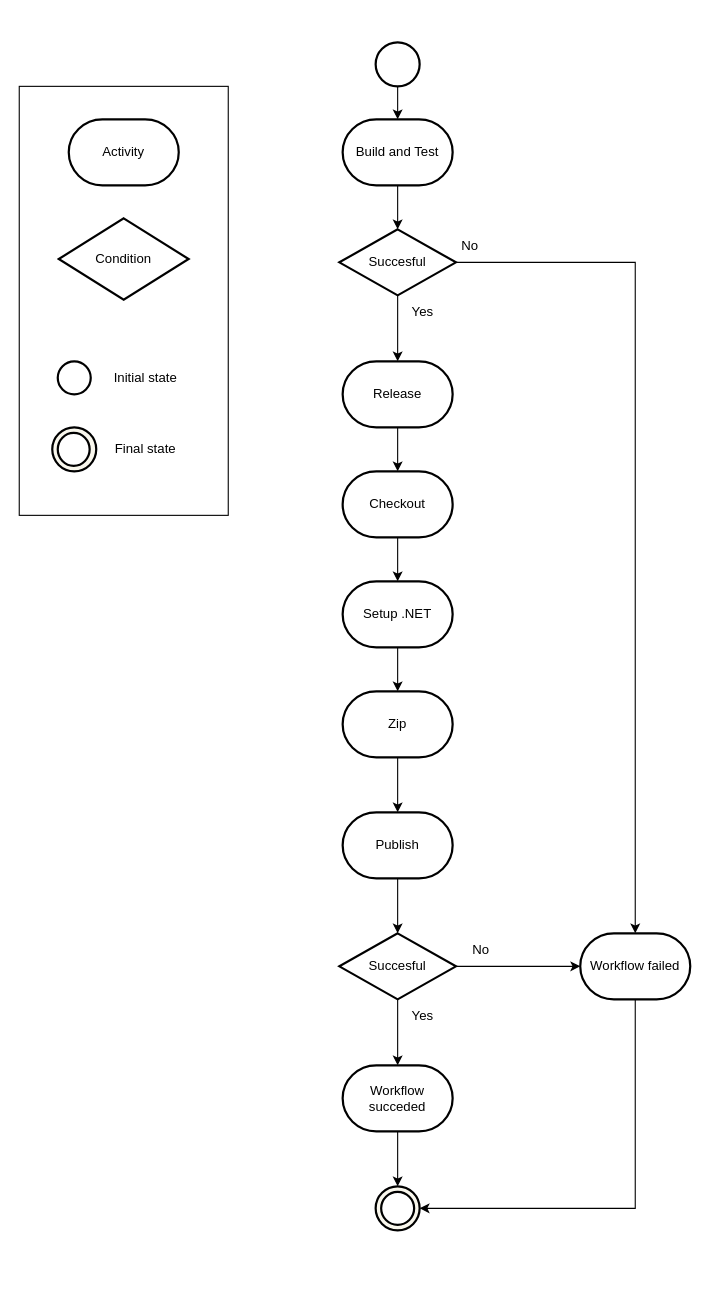
Before: docs/diagrams/Release.drawio in ITU-BDSA23-GROUP8/Chirp, a draw.io diagram. Source tidied: cells renumbered, new cells numbered last; positions are measured from the earlier drawing's top-left corner, leaving out a move shared by most shapes. Both pictures are drawn from the tidied source at 110%, with x=0, y=0 at pixel (19, 42).
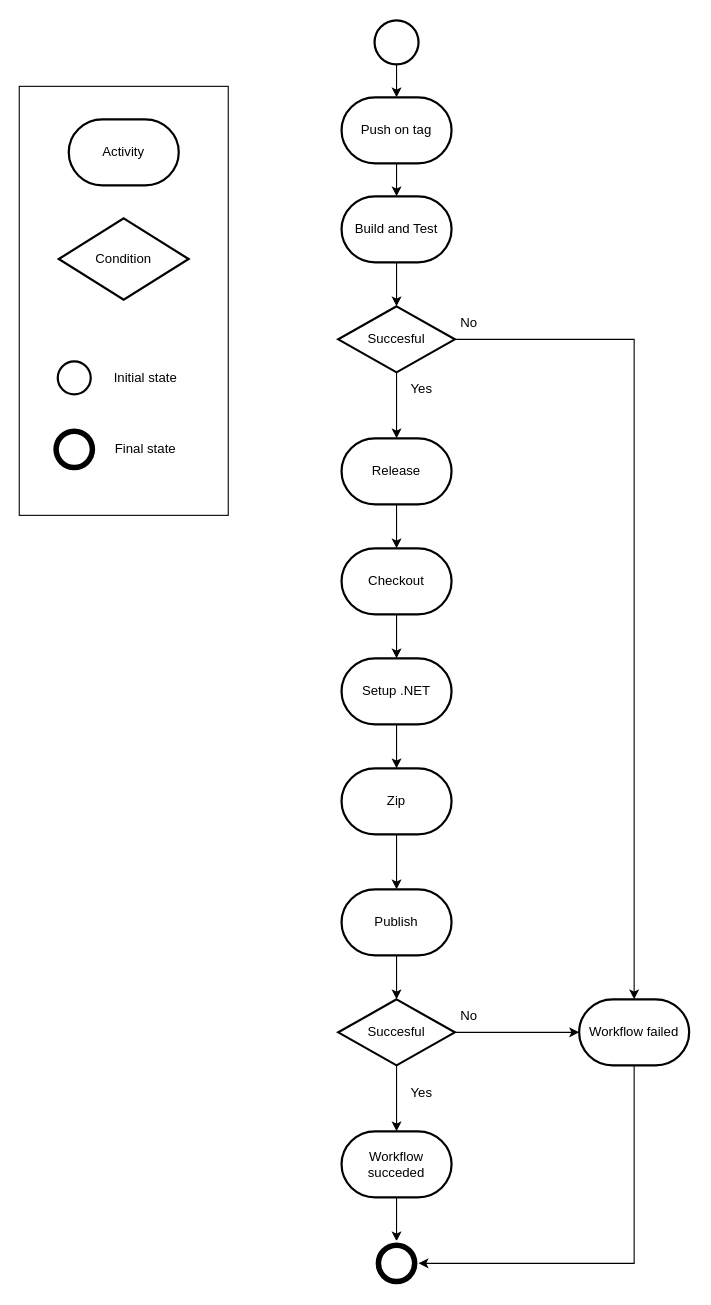
The same diagram, later.

Commit message (it also covers changes not shown here):
inserted another diagram and png

Change to the diagram source:
```diff
@@
     <mxCell id="2" value="Build and Test" style="strokeWidth=2;html=1;shape=mxgraph.flowchart.terminator;whiteSpace=wrap;" parent="1" vertex="1">
-      <mxGeometry x="294" y="70" width="100" height="60" as="geometry" />
+      <mxGeometry x="293" y="140" width="100" height="60" as="geometry" />
     </mxCell>
-    <mxCell id="3" style="edgeStyle=orthogonalEdgeStyle;rounded=0;jettySize=auto;html=1;entryX=0.5;entryY=0;entryDx=0;entryDy=0;entryPerimeter=0;" parent="1" edge="1" target="2">
-      <mxGeometry relative="1" as="geometry">
-        <mxPoint x="344" y="40" as="sourcePoint" />
-      </mxGeometry>
-    </mxCell>
@@
     <mxCell id="6" value="Succesful" style="strokeWidth=2;html=1;shape=mxgraph.flowchart.decision;whiteSpace=wrap;" parent="1" vertex="1">
-      <mxGeometry x="291" y="170" width="106" height="60" as="geometry" />
+      <mxGeometry x="290" y="240" width="106" height="60" as="geometry" />
     </mxCell>
@@
     <mxCell id="9" value="Release" style="strokeWidth=2;html=1;shape=mxgraph.flowchart.terminator;whiteSpace=wrap;" parent="1" vertex="1">
-      <mxGeometry x="294" y="290" width="100" height="60" as="geometry" />
+      <mxGeometry x="293" y="360" width="100" height="60" as="geometry" />
     </mxCell>
@@
     <mxCell id="11" value="Checkout" style="strokeWidth=2;html=1;shape=mxgraph.flowchart.terminator;whiteSpace=wrap;" parent="1" vertex="1">
-      <mxGeometry x="294" y="390" width="100" height="60" as="geometry" />
+      <mxGeometry x="293" y="460" width="100" height="60" as="geometry" />
     </mxCell>
@@
     <mxCell id="13" value="Setup .NET" style="strokeWidth=2;html=1;shape=mxgraph.flowchart.terminator;whiteSpace=wrap;" parent="1" vertex="1">
-      <mxGeometry x="294" y="490" width="100" height="60" as="geometry" />
+      <mxGeometry x="293" y="560" width="100" height="60" as="geometry" />
     </mxCell>
@@
     <mxCell id="15" value="Zip" style="strokeWidth=2;html=1;shape=mxgraph.flowchart.terminator;whiteSpace=wrap;" parent="1" vertex="1">
-      <mxGeometry x="294" y="590" width="100" height="60" as="geometry" />
+      <mxGeometry x="293" y="660" width="100" height="60" as="geometry" />
     </mxCell>
@@
     <mxCell id="17" value="Publish" style="strokeWidth=2;html=1;shape=mxgraph.flowchart.terminator;whiteSpace=wrap;" parent="1" vertex="1">
-      <mxGeometry x="294" y="700" width="100" height="60" as="geometry" />
+      <mxGeometry x="293" y="770" width="100" height="60" as="geometry" />
     </mxCell>
     <mxCell id="18" value="Workflow failed" style="strokeWidth=2;html=1;shape=mxgraph.flowchart.terminator;whiteSpace=wrap;" parent="1" vertex="1">
-      <mxGeometry x="510" y="810" width="100" height="60" as="geometry" />
+      <mxGeometry x="509" y="870" width="100" height="60" as="geometry" />
     </mxCell>
@@
     <mxCell id="20" value="Workflow succeded" style="strokeWidth=2;html=1;shape=mxgraph.flowchart.terminator;whiteSpace=wrap;" parent="1" vertex="1">
-      <mxGeometry x="294" y="930" width="100" height="60" as="geometry" />
+      <mxGeometry x="293" y="990" width="100" height="60" as="geometry" />
     </mxCell>
@@
     <mxCell id="23" value="Succesful" style="strokeWidth=2;html=1;shape=mxgraph.flowchart.decision;whiteSpace=wrap;" parent="1" vertex="1">
-      <mxGeometry x="291" y="810" width="106" height="60" as="geometry" />
+      <mxGeometry x="290" y="870" width="106" height="60" as="geometry" />
     </mxCell>
+    <mxCell id="40" style="edgeStyle=orthogonalEdgeStyle;rounded=0;jettySize=auto;html=1;" parent="1" edge="1" source="24" target="42">
+      <mxGeometry relative="1" as="geometry" />
+    </mxCell>
     <mxCell id="24" style="strokeWidth=2;html=1;shape=mxgraph.flowchart.start_2;whiteSpace=wrap;" parent="1" vertex="1">
-      <mxGeometry x="324" width="40" height="40" as="geometry" />
+      <mxGeometry x="323" y="-20" width="40" height="40" as="geometry" />
     </mxCell>
-    <mxCell id="25" style="strokeWidth=2;html=1;shape=mxgraph.flowchart.start_2;whiteSpace=wrap;fillColor=#f9f7ed;strokeColor=#000000;" parent="1" vertex="1">
-      <mxGeometry x="324" y="1040" width="40" height="40" as="geometry" />
+    <mxCell id="25" style="strokeWidth=2;html=1;shape=mxgraph.flowchart.start_2;whiteSpace=wrap;fillColor=#000000;strokeColor=#FFFFFF;" parent="1" vertex="1">
+      <mxGeometry x="323" y="1090" width="40" height="40" as="geometry" />
     </mxCell>
     <mxCell id="26" style="strokeWidth=2;html=1;shape=mxgraph.flowchart.start_2;whiteSpace=wrap;" parent="1" vertex="1">
-      <mxGeometry x="329" y="1045" width="30" height="30" as="geometry" />
+      <mxGeometry x="328" y="1095" width="30" height="30" as="geometry" />
     </mxCell>
@@
     <mxCell id="28" value="Yes" style="text;html=1;strokeColor=none;fillColor=none;align=center;verticalAlign=middle;whiteSpace=wrap;rounded=0;" parent="1" vertex="1">
-      <mxGeometry x="337" y="230" width="60" height="30" as="geometry" />
+      <mxGeometry x="336" y="300" width="60" height="30" as="geometry" />
     </mxCell>
     <mxCell id="29" value="Yes" style="text;html=1;strokeColor=none;fillColor=none;align=center;verticalAlign=middle;whiteSpace=wrap;rounded=0;" parent="1" vertex="1">
-      <mxGeometry x="337" y="870" width="60" height="30" as="geometry" />
+      <mxGeometry x="336" y="940" width="60" height="30" as="geometry" />
     </mxCell>
     <mxCell id="30" value="No" style="text;html=1;strokeColor=none;fillColor=none;align=center;verticalAlign=middle;whiteSpace=wrap;rounded=0;" parent="1" vertex="1">
-      <mxGeometry x="380" y="170" width="60" height="30" as="geometry" />
+      <mxGeometry x="379" y="240" width="60" height="30" as="geometry" />
     </mxCell>
     <mxCell id="31" value="No" style="text;html=1;strokeColor=none;fillColor=none;align=center;verticalAlign=middle;whiteSpace=wrap;rounded=0;" parent="1" vertex="1">
-      <mxGeometry x="390" y="810" width="60" height="30" as="geometry" />
+      <mxGeometry x="379" y="870" width="60" height="30" as="geometry" />
     </mxCell>
@@
-    <mxCell id="38" style="strokeWidth=2;html=1;shape=mxgraph.flowchart.start_2;whiteSpace=wrap;fillColor=#f9f7ed;strokeColor=#000000;" parent="1" vertex="1">
-      <mxGeometry x="30" y="350" width="40" height="40" as="geometry" />
-    </mxCell>
-    <mxCell id="39" style="strokeWidth=2;html=1;shape=mxgraph.flowchart.start_2;whiteSpace=wrap;" parent="1" vertex="1">
-      <mxGeometry x="35" y="355" width="29" height="30" as="geometry" />
-    </mxCell>
+    <mxCell id="41" style="edgeStyle=orthogonalEdgeStyle;rounded=0;jettySize=auto;html=1;" parent="1" edge="1" source="42" target="2">
+      <mxGeometry relative="1" as="geometry" />
+    </mxCell>
+    <mxCell id="42" value="Push on tag" style="strokeWidth=2;html=1;shape=mxgraph.flowchart.terminator;whiteSpace=wrap;" parent="1" vertex="1">
+      <mxGeometry x="293" y="50" width="100" height="60" as="geometry" />
+    </mxCell>
+    <mxCell id="43" style="strokeWidth=2;html=1;shape=mxgraph.flowchart.start_2;whiteSpace=wrap;fillColor=#000000;strokeColor=#FFFFFF;" parent="1" vertex="1">
+      <mxGeometry x="30" y="350" width="40" height="40" as="geometry" />
+    </mxCell>
+    <mxCell id="44" style="strokeWidth=2;html=1;shape=mxgraph.flowchart.start_2;whiteSpace=wrap;" parent="1" vertex="1">
+      <mxGeometry x="35" y="355" width="30" height="30" as="geometry" />
+    </mxCell>
```
